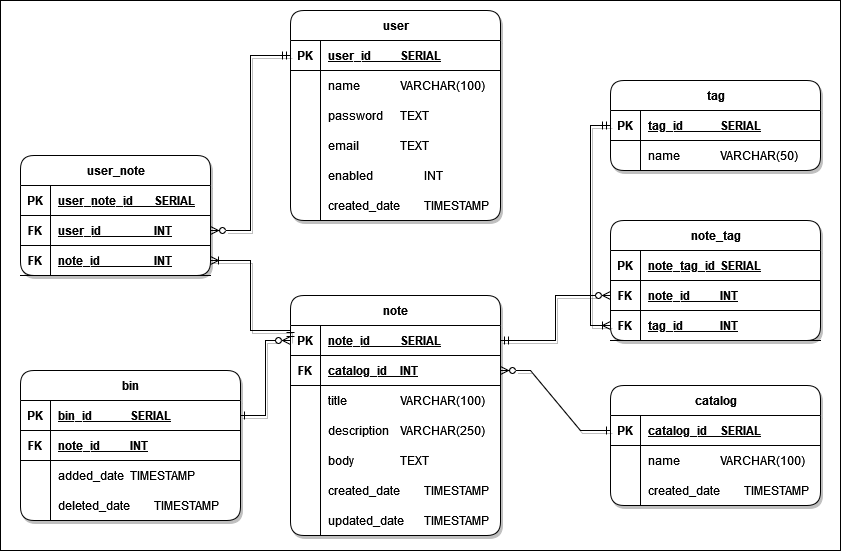
This is DB/ERD-diagram.drawio.png from Tomasz-Zdeb/Software-Engineering-Class-Project, a draw.io export, as it was before one commit. Source tidied: cells renumbered, new cells last; positions are measured from the earlier drawing's top-left corner, leaving out a move shared by most shapes.
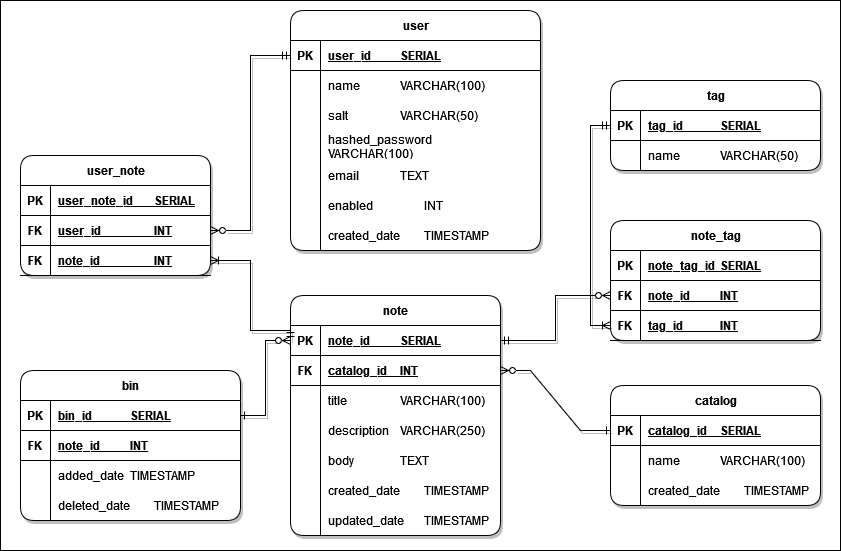
After the change.

Commit message:
Implemented safe password storing method (#136)

Change to the diagram source:
```diff
@@ -6,61 +6,70 @@
       <mxGeometry width="840" height="550" as="geometry" />
     </mxCell>
     <mxCell id="3" value="user" style="shape=table;startSize=30;rowLines=0;fontStyle=1;align=center;html=1;rounded=1;shadow=1;fillColor=#FFFFFF;gradientColor=none;swimlaneFillColor=default;" parent="1" vertex="1">
-      <mxGeometry x="290" y="10" width="210" height="210" as="geometry" />
+      <mxGeometry x="290" y="10" width="250" height="240" as="geometry" />
     </mxCell>
     <mxCell id="4" style="shape=tableRow;horizontal=0;startSize=0;swimlaneHead=0;swimlaneBody=0;fillColor=none;points=[[0,0.5],[1,0.5]];portConstraint=eastwest;top=0;left=0;right=0;bottom=1;" parent="3" vertex="1">
-      <mxGeometry y="30" width="210" height="30" as="geometry" />
+      <mxGeometry y="30" width="250" height="30" as="geometry" />
     </mxCell>
     <mxCell id="5" value="PK" style="shape=partialRectangle;fillColor=none;top=0;left=0;bottom=0;right=0;fontStyle=1;overflow=hidden;whiteSpace=wrap;html=1;" parent="4" vertex="1">
       <mxGeometry width="30" height="30" as="geometry" />
     </mxCell>
     <mxCell id="6" value="user_id&lt;span style=&quot;white-space: pre;&quot;&gt;&#9;&lt;/span&gt;&lt;span style=&quot;white-space: pre;&quot;&gt;&#9;&lt;/span&gt;SERIAL" style="shape=partialRectangle;fillColor=none;top=0;left=0;bottom=0;right=0;align=left;spacingLeft=6;fontStyle=5;overflow=hidden;whiteSpace=wrap;html=1;" parent="4" vertex="1">
-      <mxGeometry x="30" width="180" height="30" as="geometry" />
+      <mxGeometry x="30" width="220" height="30" as="geometry" />
     </mxCell>
     <mxCell id="7" style="shape=tableRow;horizontal=0;startSize=0;swimlaneHead=0;swimlaneBody=0;fillColor=none;top=0;left=0;right=0;bottom=0;" parent="3" vertex="1">
-      <mxGeometry y="60" width="210" height="30" as="geometry" />
+      <mxGeometry y="60" width="250" height="30" as="geometry" />
     </mxCell>
     <mxCell id="8" style="shape=partialRectangle;fillColor=none;top=0;left=0;bottom=0;right=0;overflow=hidden;whiteSpace=wrap;html=1;" parent="7" vertex="1">
       <mxGeometry width="30" height="30" as="geometry" />
     </mxCell>
     <mxCell id="9" value="&lt;div align=&quot;justify&quot;&gt;name&lt;span style=&quot;white-space: pre;&quot;&gt;&#9;&lt;/span&gt;&lt;span style=&quot;white-space: pre;&quot;&gt;&#9;VARCHAR&lt;/span&gt;(100)&lt;/div&gt;" style="shape=partialRectangle;fillColor=none;top=0;left=0;bottom=0;right=0;align=left;spacingLeft=6;overflow=hidden;whiteSpace=wrap;html=1;" parent="7" vertex="1">
-      <mxGeometry x="30" width="180" height="30" as="geometry" />
+      <mxGeometry x="30" width="220" height="30" as="geometry" />
     </mxCell>
     <mxCell id="10" style="shape=tableRow;horizontal=0;startSize=0;swimlaneHead=0;swimlaneBody=0;fillColor=none;top=0;left=0;right=0;bottom=0;" parent="3" vertex="1">
-      <mxGeometry y="90" width="210" height="30" as="geometry" />
+      <mxGeometry y="90" width="250" height="30" as="geometry" />
     </mxCell>
     <mxCell id="11" style="shape=partialRectangle;fillColor=none;top=0;left=0;bottom=0;right=0;overflow=hidden;whiteSpace=wrap;html=1;" parent="10" vertex="1">
       <mxGeometry width="30" height="30" as="geometry" />
     </mxCell>
-    <mxCell id="12" value="&lt;div align=&quot;justify&quot;&gt;password&lt;span style=&quot;white-space: pre;&quot;&gt;&#9;&lt;/span&gt;TEXT&lt;/div&gt;" style="shape=partialRectangle;fillColor=none;top=0;left=0;bottom=0;right=0;align=left;spacingLeft=6;overflow=hidden;whiteSpace=wrap;html=1;" parent="10" vertex="1">
-      <mxGeometry x="30" width="180" height="30" as="geometry" />
+    <mxCell id="12" value="&lt;div align=&quot;justify&quot;&gt;salt&lt;span style=&quot;white-space: pre;&quot;&gt;&#9;&lt;/span&gt;&lt;span style=&quot;white-space: pre;&quot;&gt;&#9;&lt;/span&gt;&lt;span style=&quot;white-space: pre;&quot;&gt;&#9;&lt;/span&gt;VARCHAR(50)&lt;/div&gt;" style="shape=partialRectangle;fillColor=none;top=0;left=0;bottom=0;right=0;align=left;spacingLeft=6;overflow=hidden;whiteSpace=wrap;html=1;" parent="10" vertex="1">
+      <mxGeometry x="30" width="220" height="30" as="geometry" />
     </mxCell>
+    <mxCell id="100" style="shape=tableRow;horizontal=0;startSize=0;swimlaneHead=0;swimlaneBody=0;fillColor=none;top=0;left=0;right=0;bottom=0;" parent="3" vertex="1">
+      <mxGeometry y="120" width="250" height="30" as="geometry" />
+    </mxCell>
+    <mxCell id="101" style="shape=partialRectangle;fillColor=none;top=0;left=0;bottom=0;right=0;overflow=hidden;whiteSpace=wrap;html=1;" parent="100" vertex="1">
+      <mxGeometry width="30" height="30" as="geometry" />
+    </mxCell>
+    <mxCell id="102" value="hashed_password&amp;nbsp;&amp;nbsp; VARCHAR(100)&lt;span style=&quot;white-space: pre;&quot;&gt;&#9;&lt;/span&gt;" style="shape=partialRectangle;fillColor=none;top=0;left=0;bottom=0;right=0;align=left;spacingLeft=6;overflow=hidden;whiteSpace=wrap;html=1;" parent="100" vertex="1">
+      <mxGeometry x="30" width="220" height="30" as="geometry" />
+    </mxCell>
     <mxCell id="13" style="shape=tableRow;horizontal=0;startSize=0;swimlaneHead=0;swimlaneBody=0;fillColor=none;top=0;left=0;right=0;bottom=0;" parent="3" vertex="1">
-      <mxGeometry y="120" width="210" height="30" as="geometry" />
+      <mxGeometry y="150" width="250" height="30" as="geometry" />
     </mxCell>
     <mxCell id="14" style="shape=partialRectangle;fillColor=none;top=0;left=0;bottom=0;right=0;overflow=hidden;whiteSpace=wrap;html=1;" parent="13" vertex="1">
       <mxGeometry width="30" height="30" as="geometry" />
     </mxCell>
     <mxCell id="15" value="&lt;div align=&quot;justify&quot;&gt;email&lt;span style=&quot;white-space: pre;&quot;&gt;&#9;&lt;/span&gt;&lt;span style=&quot;white-space: pre;&quot;&gt;&#9;&lt;/span&gt;TEXT&lt;/div&gt;" style="shape=partialRectangle;fillColor=none;top=0;left=0;bottom=0;right=0;align=left;spacingLeft=6;overflow=hidden;whiteSpace=wrap;html=1;" parent="13" vertex="1">
-      <mxGeometry x="30" width="180" height="30" as="geometry" />
+      <mxGeometry x="30" width="220" height="30" as="geometry" />
     </mxCell>
     <mxCell id="16" style="shape=tableRow;horizontal=0;startSize=0;swimlaneHead=0;swimlaneBody=0;fillColor=none;top=0;left=0;right=0;bottom=0;" parent="3" vertex="1">
-      <mxGeometry y="150" width="210" height="30" as="geometry" />
+      <mxGeometry y="180" width="250" height="30" as="geometry" />
     </mxCell>
     <mxCell id="17" style="shape=partialRectangle;fillColor=none;top=0;left=0;bottom=0;right=0;overflow=hidden;whiteSpace=wrap;html=1;" parent="16" vertex="1">
       <mxGeometry width="30" height="30" as="geometry" />
     </mxCell>
     <mxCell id="18" value="&lt;div align=&quot;justify&quot;&gt;enabled&lt;span style=&quot;white-space: pre;&quot;&gt;&#9;&lt;/span&gt;&lt;span style=&quot;white-space: pre;&quot;&gt;&#9;&lt;/span&gt;INT&lt;/div&gt;" style="shape=partialRectangle;fillColor=none;top=0;left=0;bottom=0;right=0;align=left;spacingLeft=6;overflow=hidden;whiteSpace=wrap;html=1;" parent="16" vertex="1">
-      <mxGeometry x="30" width="180" height="30" as="geometry" />
+      <mxGeometry x="30" width="220" height="30" as="geometry" />
     </mxCell>
     <mxCell id="19" style="shape=tableRow;horizontal=0;startSize=0;swimlaneHead=0;swimlaneBody=0;fillColor=none;top=0;left=0;right=0;bottom=0;" parent="3" vertex="1">
-      <mxGeometry y="180" width="210" height="30" as="geometry" />
+      <mxGeometry y="210" width="250" height="30" as="geometry" />
     </mxCell>
     <mxCell id="20" style="shape=partialRectangle;fillColor=none;top=0;left=0;bottom=0;right=0;overflow=hidden;whiteSpace=wrap;html=1;" parent="19" vertex="1">
       <mxGeometry width="30" height="30" as="geometry" />
     </mxCell>
     <mxCell id="21" value="&lt;div align=&quot;justify&quot;&gt;created_date&lt;span style=&quot;white-space: pre;&quot;&gt;&#9;&lt;/span&gt;TIMESTAMP&lt;/div&gt;" style="shape=partialRectangle;fillColor=none;top=0;left=0;bottom=0;right=0;align=left;spacingLeft=6;overflow=hidden;whiteSpace=wrap;html=1;" parent="19" vertex="1">
-      <mxGeometry x="30" width="180" height="30" as="geometry" />
+      <mxGeometry x="30" width="220" height="30" as="geometry" />
     </mxCell>
     <mxCell id="22" value="note" style="shape=table;startSize=30;rowLines=0;fontStyle=1;align=center;html=1;rounded=1;shadow=1;swimlaneFillColor=default;" parent="1" vertex="1">
       <mxGeometry x="290" y="295" width="210" height="240" as="geometry" />
```
